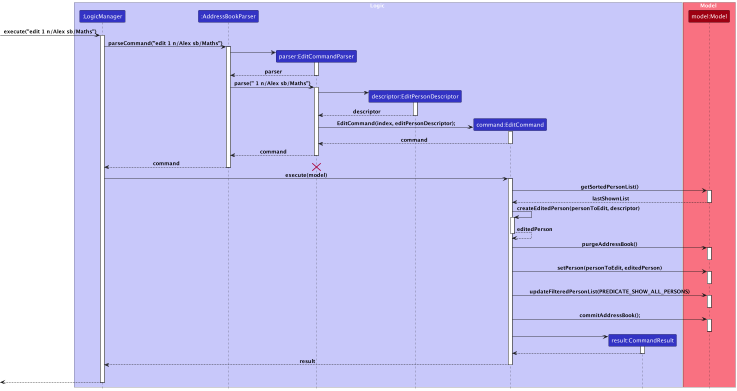
Earlier version of the PlantUML export docs/images/EditSequenceDiagram.png (nus-cs2103-AY2324S1/tp).
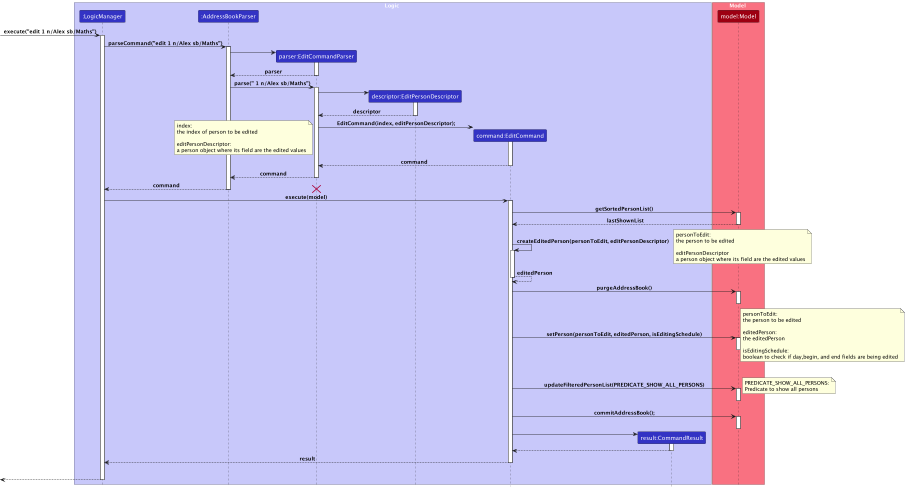
After the change.

Commit message:
Fix Sequence Diagrams

Diff of the diagram source:
```diff
@@ -43,6 +43,14 @@
 EditCommandParser -> EditCommand : EditCommand(index, editPersonDescriptor);
 activate EditCommand
 
+note left
+index:
+the index of person to be edited
+
+editPersonDescriptor:
+a person object where its field are the edited values
+end note
+
 EditCommand --> EditCommandParser : command
 deactivate EditCommand
 
@@ -63,8 +71,16 @@
 Model --> EditCommand : lastShownList
 deactivate Model
 
-EditCommand -> EditCommand: createEditedPerson(personToEdit, descriptor)
+EditCommand -> EditCommand: createEditedPerson(personToEdit, editPersonDescriptor)
 activate EditCommand
+
+note right
+personToEdit:
+the person to be edited
+
+editPersonDescriptor
+a person object where its field are the edited values
+end note
 
 EditCommand --> EditCommand: editedPerson
 deactivate EditCommand
@@ -73,18 +89,33 @@
 activate Model
 deactivate Model
 
-EditCommand -> Model : setPerson(personToEdit, editedPerson)
+EditCommand -> Model : setPerson(personToEdit, editedPerson, isEditingSchedule)
 activate Model
 deactivate Model
+
+note right
+personToEdit:
+the person to be edited
+
+editedPerson:
+the editedPerson
+
+isEditingSchedule:
+boolean to check if day,begin, and end fields are being edited
+end note
 
 EditCommand -> Model : updateFilteredPersonList(PREDICATE_SHOW_ALL_PERSONS)
 activate Model
 deactivate Model
 
+note right
+PREDICATE_SHOW_ALL_PERSONS:
+Predicate to show all persons
+end note
+
 EditCommand -> Model : commitAddressBook();
 activate Model
 deactivate Model
-
 
 create CommandResult
 EditCommand -> CommandResult
```
